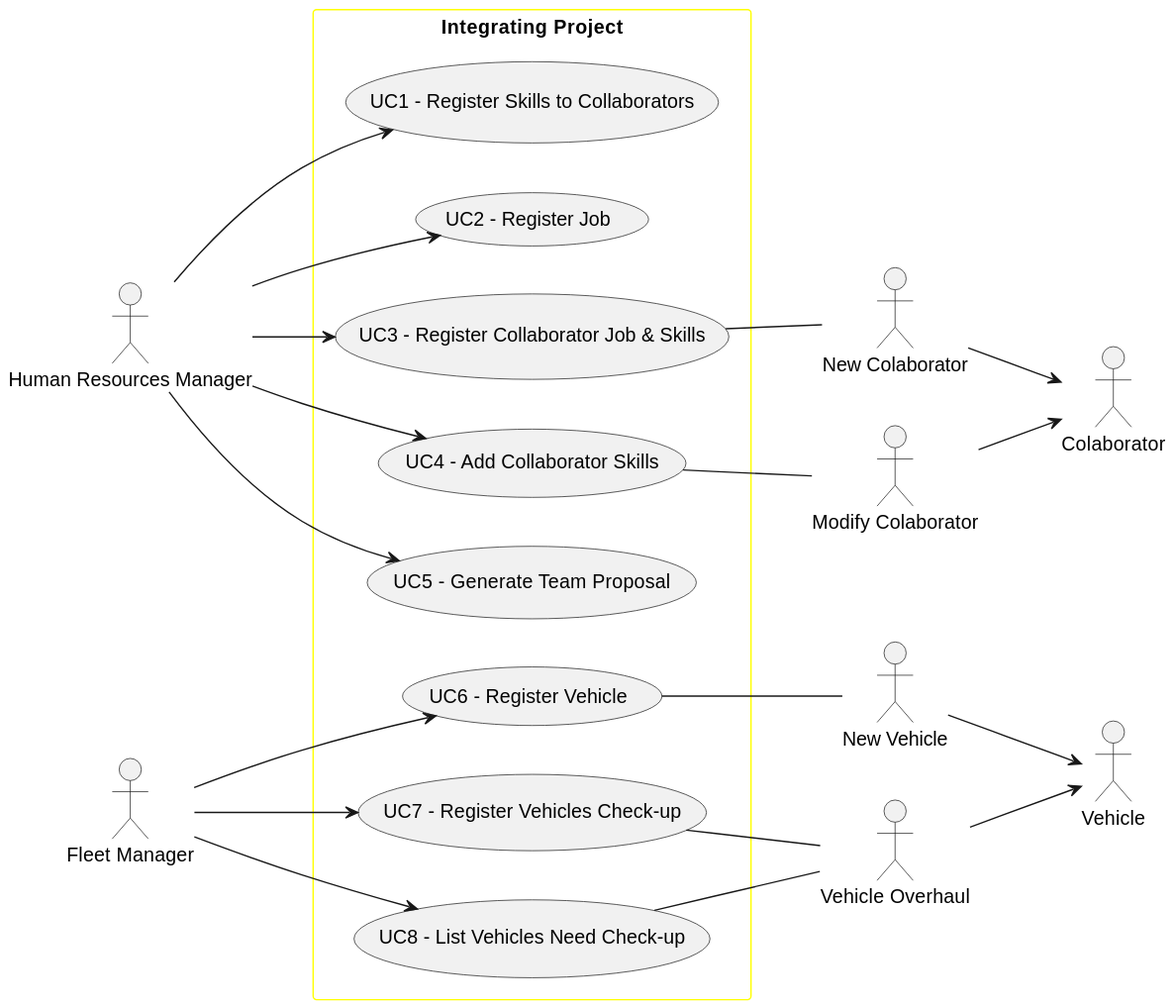
Above: docs/sprintA/global-artifacts/01.requirements-engineering/svg/use-case-diagram.svg in 1231360-ISEP/lei-24-s2-1db-g021 (PlantUML), before the change. Its diagram source:
```plantuml
@startuml
skinparam packageStyle rectangle

skinparam rectangle{
    BorderColor yellow
}

actor "Human Resources Manager" as HRM
actor  "Fleet Manager" as FM
left to right direction

rectangle "Integrating Project" as actors {
        usecase "UC1 - Register Skills to Collaborators" as UC1
        HRM --> UC1
        usecase "UC2 - Register Job" as UC2
        HRM --> UC2
        usecase "UC3 - Register Collaborator Job & Skills" as UC3
        HRM --> UC3
        usecase "UC4 - Add Collaborator Skills" as UC4
        HRM --> UC4
        usecase "UC5 - Generate Team Proposal" as UC5
        HRM --> UC5
        usecase "UC6 - Register Vehicle" as UC6
        FM --> UC6
        usecase "UC7 - Register Vehicles Check-up" as UC7
        FM --> UC7
        usecase "UC8 - List Vehicles Need Check-up" as UC8
        FM --> UC8
}

left to right direction
actor "New Colaborator" as New_Colaborator
UC3 -- New_Colaborator
actor "Modify Colaborator" as Modify_Colaborator
UC4 -- Modify_Colaborator
actor Colaborator
New_Colaborator --> Colaborator
Modify_Colaborator --> Colaborator
actor "New Vehicle" as New_Vehicle
UC6 -- New_Vehicle
actor "Vehicle Overhaul" as Vehicle_Overhaul
UC7 -- Vehicle_Overhaul
UC8 -- Vehicle_Overhaul
actor Vehicle
New_Vehicle --> Vehicle
Vehicle_Overhaul --> Vehicle
@enduml
```
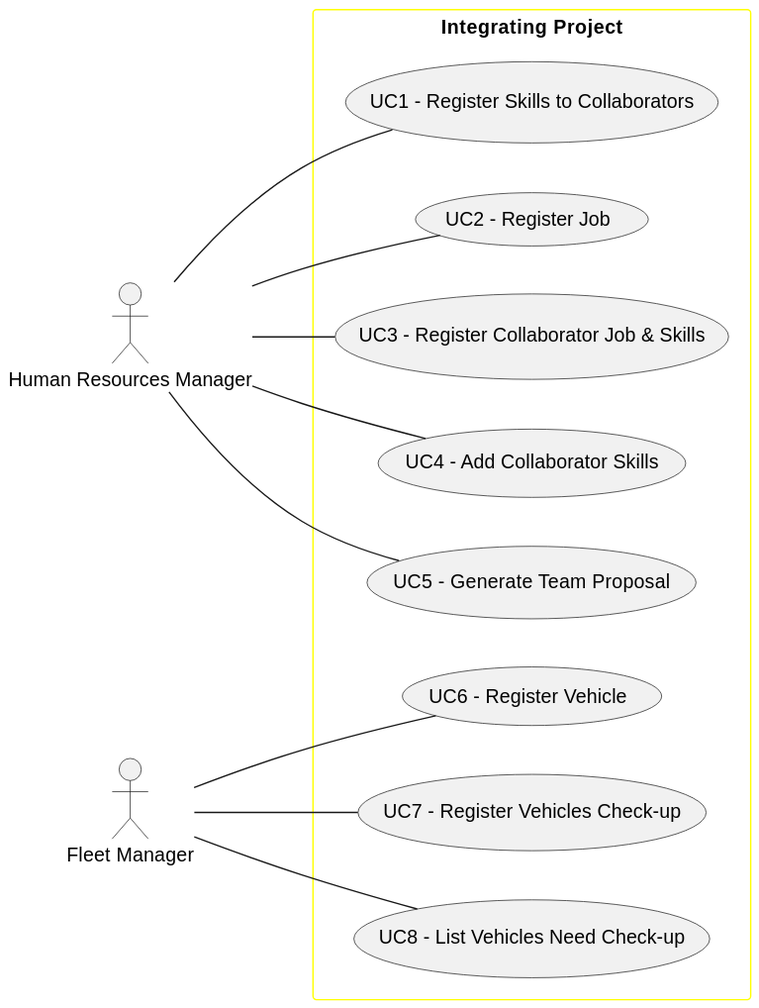
Above is the later version.

Diff of the diagram source:
```diff
@@ -11,37 +11,20 @@
 
 rectangle "Integrating Project" as actors {
         usecase "UC1 - Register Skills to Collaborators" as UC1
-        HRM --> UC1
+        HRM -- UC1
         usecase "UC2 - Register Job" as UC2
-        HRM --> UC2
+        HRM -- UC2
         usecase "UC3 - Register Collaborator Job & Skills" as UC3
-        HRM --> UC3
+        HRM -- UC3
         usecase "UC4 - Add Collaborator Skills" as UC4
-        HRM --> UC4
+        HRM -- UC4
         usecase "UC5 - Generate Team Proposal" as UC5
-        HRM --> UC5
+        HRM -- UC5
         usecase "UC6 - Register Vehicle" as UC6
-        FM --> UC6
+        FM -- UC6
         usecase "UC7 - Register Vehicles Check-up" as UC7
-        FM --> UC7
+        FM -- UC7
         usecase "UC8 - List Vehicles Need Check-up" as UC8
-        FM --> UC8
+        FM -- UC8
 }
-
-left to right direction
-actor "New Colaborator" as New_Colaborator
-UC3 -- New_Colaborator
-actor "Modify Colaborator" as Modify_Colaborator
-UC4 -- Modify_Colaborator
-actor Colaborator
-New_Colaborator --> Colaborator
-Modify_Colaborator --> Colaborator
-actor "New Vehicle" as New_Vehicle
-UC6 -- New_Vehicle
-actor "Vehicle Overhaul" as Vehicle_Overhaul
-UC7 -- Vehicle_Overhaul
-UC8 -- Vehicle_Overhaul
-actor Vehicle
-New_Vehicle --> Vehicle
-Vehicle_Overhaul --> Vehicle
 @enduml
```
